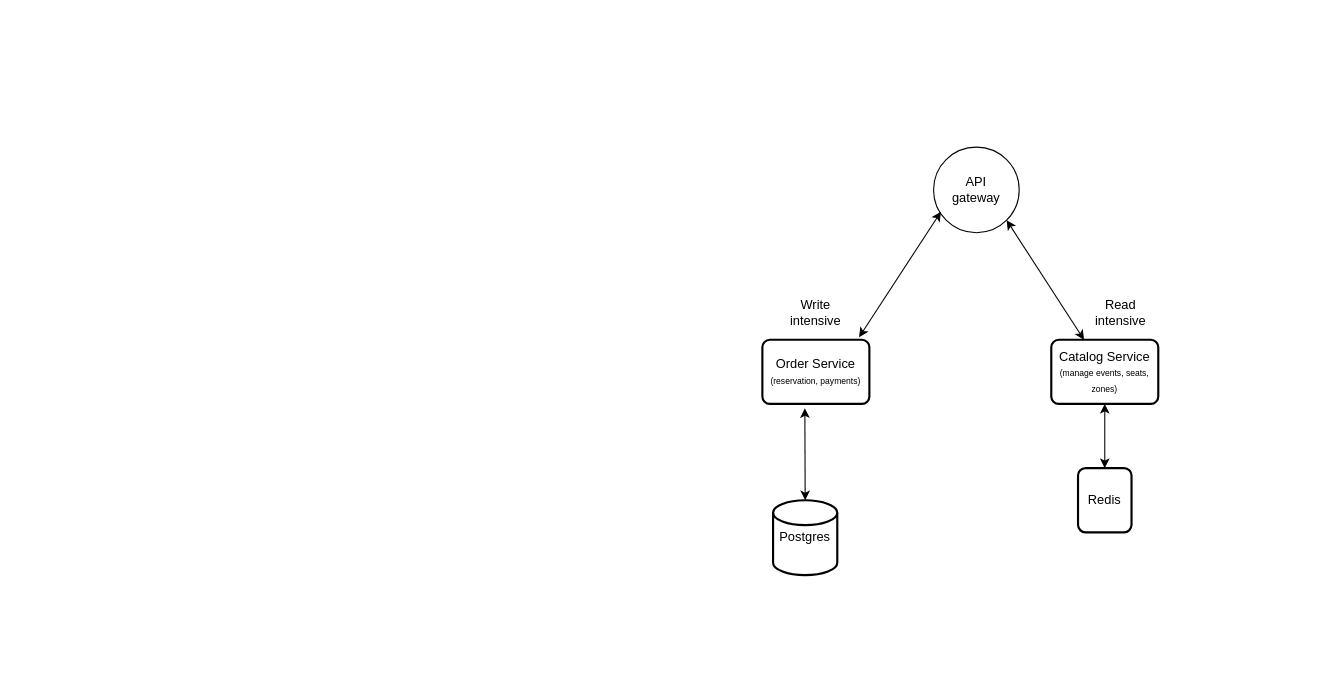
Before: diagrams/hackload.drawio in Gang-of-Fourth-reich/data, a draw.io diagram. Source tidied: cells renumbered, new cells numbered last; positions are measured from the earlier drawing's top-left corner, leaving out a move shared by most shapes. Both pictures are drawn from the tidied source at 107%, with x=0, y=0 at pixel (762, 147).
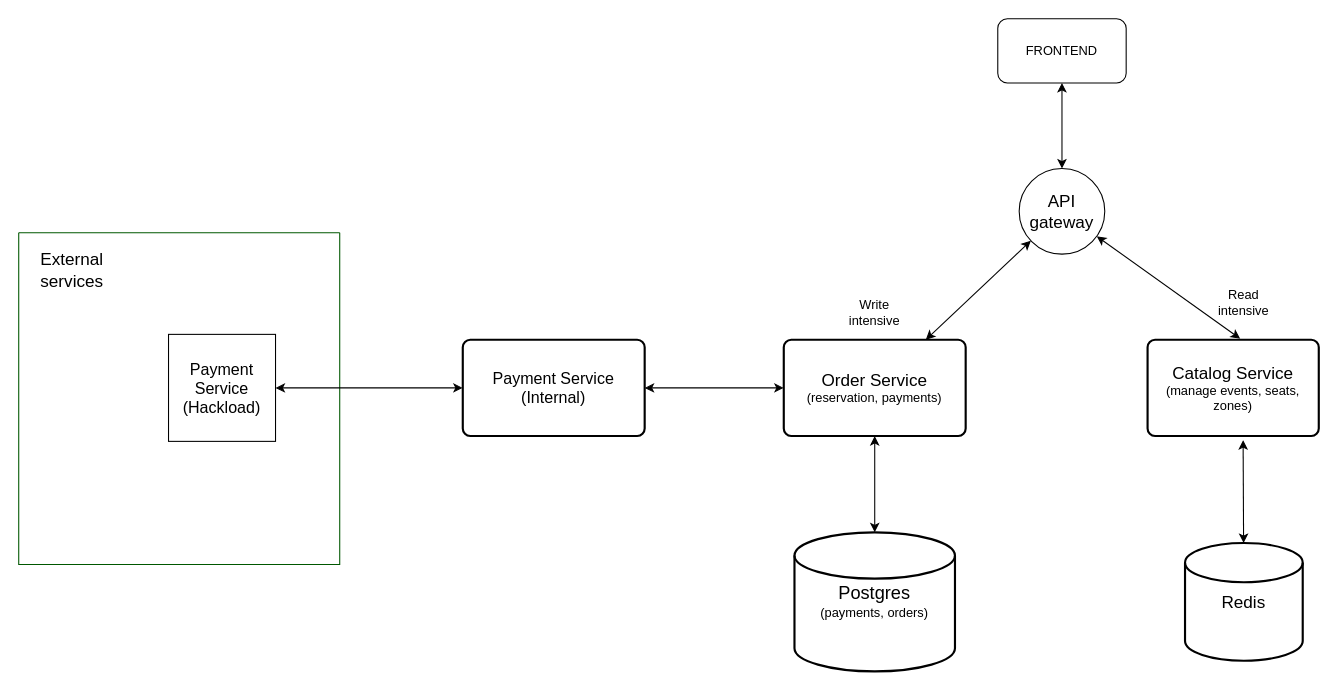
The same page after the edit.

What changed in the source:
```diff
@@
+    <mxCell id="12" style="rounded=0;jettySize=auto;html=1;entryX=0.5;entryY=1;entryDx=0;entryDy=0;startArrow=classic;startFill=1;" parent="1" edge="1" source="2" target="4">
+      <mxGeometry relative="1" as="geometry" />
+    </mxCell>
-    <mxCell id="2" value="Postgres" style="strokeWidth=2;html=1;shape=mxgraph.flowchart.database;whiteSpace=wrap;" parent="1" vertex="1">
-      <mxGeometry x="10" y="330" width="60" height="70" as="geometry" />
+    <mxCell id="2" value="&lt;font style=&quot;font-size: 17px;&quot;&gt;Postgres&lt;/font&gt;&lt;div&gt;(payments, orders)&lt;/div&gt;" style="strokeWidth=2;html=1;shape=mxgraph.flowchart.database;whiteSpace=wrap;" parent="1" vertex="1">
+      <mxGeometry x="30" y="360" width="150" height="130" as="geometry" />
     </mxCell>
-    <mxCell id="3" value="Redis" style="rounded=1;whiteSpace=wrap;html=1;absoluteArcSize=1;arcSize=14;strokeWidth=2;" parent="1" vertex="1">
-      <mxGeometry x="295" y="300" width="50" height="60" as="geometry" />
-    </mxCell>
-    <mxCell id="4" value="Order Service&lt;div&gt;&lt;font style=&quot;font-size: 8px;&quot;&gt;(reservation, payments)&lt;/font&gt;&lt;/div&gt;" style="rounded=1;whiteSpace=wrap;html=1;absoluteArcSize=1;arcSize=14;strokeWidth=2;" parent="1" vertex="1">
-      <mxGeometry y="180" width="100" height="60" as="geometry" />
+    <mxCell id="4" value="&lt;font style=&quot;font-size: 16px;&quot;&gt;Order Service&lt;/font&gt;&lt;div&gt;&lt;font&gt;(reservation, payments)&lt;/font&gt;&lt;/div&gt;" style="rounded=1;whiteSpace=wrap;html=1;absoluteArcSize=1;arcSize=14;strokeWidth=2;" parent="1" vertex="1">
+      <mxGeometry x="20" y="180" width="170" height="90" as="geometry" />
     </mxCell>
-    <mxCell id="5" value="Catalog Service&lt;div&gt;&lt;font style=&quot;font-size: 8px;&quot;&gt;(manage events, seats, zones)&lt;/font&gt;&lt;/div&gt;" style="rounded=1;whiteSpace=wrap;html=1;absoluteArcSize=1;arcSize=14;strokeWidth=2;" parent="1" vertex="1">
-      <mxGeometry x="270" y="180" width="100" height="60" as="geometry" />
+    <mxCell id="5" value="&lt;font style=&quot;font-size: 16px;&quot;&gt;Catalog Service&lt;/font&gt;&lt;div&gt;&lt;font&gt;(manage events, seats, zones)&lt;/font&gt;&lt;/div&gt;" style="rounded=1;whiteSpace=wrap;html=1;absoluteArcSize=1;arcSize=14;strokeWidth=2;" parent="1" vertex="1">
+      <mxGeometry x="360" y="180" width="160" height="90" as="geometry" />
     </mxCell>
     <mxCell id="6" value="Write intensive" style="text;html=1;align=center;verticalAlign=middle;whiteSpace=wrap;rounded=0;" parent="1" vertex="1">
-      <mxGeometry x="20" y="140" width="60" height="30" as="geometry" />
+      <mxGeometry x="75" y="140" width="60" height="30" as="geometry" />
     </mxCell>
     <mxCell id="7" value="Read intensive" style="text;html=1;align=center;verticalAlign=middle;whiteSpace=wrap;rounded=0;" parent="1" vertex="1">
-      <mxGeometry x="305" y="140" width="60" height="30" as="geometry" />
+      <mxGeometry x="420" y="130" width="60" height="30" as="geometry" />
     </mxCell>
+    <mxCell id="13" style="rounded=0;jettySize=auto;html=1;startArrow=classic;startFill=1;" parent="1" edge="1" source="8" target="4">
+      <mxGeometry relative="1" as="geometry" />
+    </mxCell>
-    <mxCell id="8" value="API&lt;div&gt;gateway&lt;/div&gt;" style="ellipse;whiteSpace=wrap;html=1;" parent="1" vertex="1">
-      <mxGeometry x="160" width="80" height="80" as="geometry" />
+    <mxCell id="8" value="&lt;font style=&quot;font-size: 16px;&quot;&gt;API&lt;/font&gt;&lt;div&gt;&lt;font style=&quot;font-size: 16px;&quot;&gt;gateway&lt;/font&gt;&lt;/div&gt;" style="ellipse;whiteSpace=wrap;html=1;" parent="1" vertex="1">
+      <mxGeometry x="240" y="20" width="80" height="80" as="geometry" />
     </mxCell>
-    <mxCell id="9" style="endArrow=classic;startArrow=classic;html=1;rounded=0;exitX=0.904;exitY=-0.04;exitDx=0;exitDy=0;exitPerimeter=0;entryX=0.086;entryY=0.755;entryDx=0;entryDy=0;entryPerimeter=0;" parent="1" edge="1" source="4" target="8">
-      <mxGeometry relative="1" as="geometry" />
-    </mxCell>
-    <mxCell id="10" style="endArrow=classic;startArrow=classic;html=1;rounded=0;entryX=1;entryY=1;entryDx=0;entryDy=0;" parent="1" edge="1" source="5" target="8">
-      <mxGeometry relative="1" as="geometry" />
-    </mxCell>
+    <mxCell id="3" value="&lt;font style=&quot;font-size: 16px;&quot;&gt;Redis&lt;/font&gt;" style="strokeWidth=2;html=1;shape=mxgraph.flowchart.database;whiteSpace=wrap;" parent="1" vertex="1">
+      <mxGeometry x="395" y="370" width="110" height="110" as="geometry" />
+    </mxCell>
+    <mxCell id="14" style="edgeStyle=orthogonalEdgeStyle;rounded=0;jettySize=auto;html=1;entryX=0.5;entryY=0;entryDx=0;entryDy=0;startArrow=classic;startFill=1;" parent="1" edge="1" source="15" target="8">
+      <mxGeometry relative="1" as="geometry" />
+    </mxCell>
+    <mxCell id="15" value="FRONTEND" style="rounded=1;whiteSpace=wrap;html=1;" parent="1" vertex="1">
+      <mxGeometry x="220" y="-120" width="120" height="60" as="geometry" />
+    </mxCell>
+    <mxCell id="16" style="rounded=0;jettySize=auto;html=1;entryX=0.541;entryY=-0.011;entryDx=0;entryDy=0;entryPerimeter=0;startArrow=classic;startFill=1;" parent="1" edge="1" source="8" target="5">
+      <mxGeometry relative="1" as="geometry" />
+    </mxCell>
-    <mxCell id="11" style="endArrow=classic;startArrow=classic;html=1;rounded=0;exitX=0.5;exitY=0;exitDx=0;exitDy=0;entryX=0.5;entryY=1;entryDx=0;entryDy=0;" parent="1" edge="1" source="3" target="5">
+    <mxCell id="11" style="rounded=0;jettySize=auto;html=1;entryX=0.558;entryY=1.043;entryDx=0;entryDy=0;entryPerimeter=0;startArrow=classic;startFill=1;" parent="1" edge="1" source="3" target="5">
       <mxGeometry relative="1" as="geometry" />
     </mxCell>
-    <mxCell id="12" style="endArrow=classic;startArrow=classic;html=1;rounded=0;exitX=0.5;exitY=0;exitDx=0;exitDy=0;exitPerimeter=0;entryX=0.397;entryY=1.067;entryDx=0;entryDy=0;entryPerimeter=0;" parent="1" edge="1" source="2" target="4">
-      <mxGeometry relative="1" as="geometry" />
-    </mxCell>
+    <mxCell id="17" style="swimlane;startSize=0;fillColor=default;fontColor=#ffffff;strokeColor=#005700;fillStyle=auto;gradientColor=default;" parent="1" vertex="1">
+      <mxGeometry x="-695" y="80" width="300" height="310" as="geometry" />
+    </mxCell>
+    <mxCell id="18" value="&lt;font style=&quot;font-size: 15px;&quot;&gt;Payment Service&lt;br&gt;(Hackload)&lt;/font&gt;" style="whiteSpace=wrap;html=1;" parent="17" vertex="1">
+      <mxGeometry x="140" y="95" width="100" height="100" as="geometry" />
+    </mxCell>
+    <mxCell id="19" value="&lt;font style=&quot;font-size: 16px;&quot;&gt;External services&lt;/font&gt;" style="text;html=1;align=center;verticalAlign=middle;whiteSpace=wrap;rounded=0;" parent="17" vertex="1">
+      <mxGeometry x="20" y="20" width="60" height="30" as="geometry" />
+    </mxCell>
+    <mxCell id="20" style="rounded=0;jettySize=auto;html=1;startArrow=classic;startFill=1;" parent="1" edge="1" source="22" target="18">
+      <mxGeometry relative="1" as="geometry" />
+    </mxCell>
+    <mxCell id="21" style="edgeStyle=orthogonalEdgeStyle;rounded=0;jettySize=auto;html=1;entryX=0;entryY=0.5;entryDx=0;entryDy=0;startArrow=classic;startFill=1;" parent="1" edge="1" source="22" target="4">
+      <mxGeometry relative="1" as="geometry" />
+    </mxCell>
+    <mxCell id="22" value="&lt;span style=&quot;font-size: 15px;&quot;&gt;Payment Service&lt;/span&gt;&lt;br style=&quot;font-size: 15px;&quot;&gt;&lt;span style=&quot;font-size: 15px;&quot;&gt;(Internal)&lt;/span&gt;" style="rounded=1;whiteSpace=wrap;html=1;absoluteArcSize=1;arcSize=14;strokeWidth=2;" parent="1" vertex="1">
+      <mxGeometry x="-280" y="180" width="170" height="90" as="geometry" />
+    </mxCell>
```
